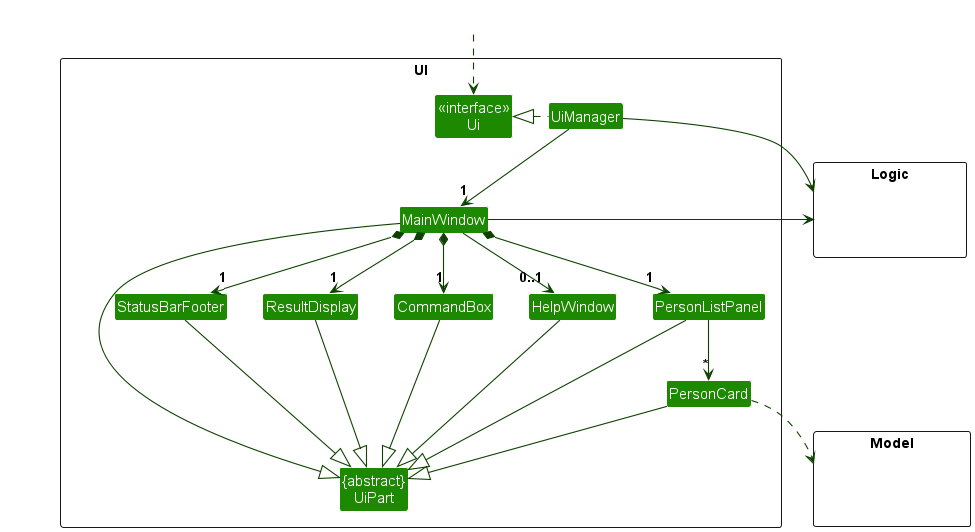
Above: docs/images/UiClassDiagram.png in nus-cs2103-AY2425S1/tp (PlantUML), before the change.
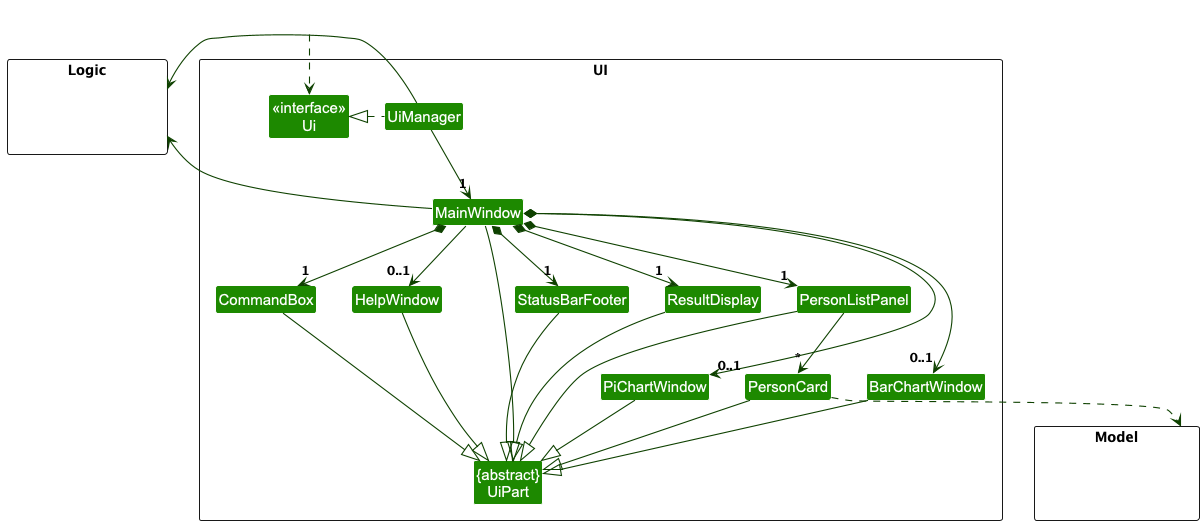
After the commit.

What changed in the source:
```diff
@@ -4,7 +4,7 @@
 skinparam arrowColor UI_COLOR_T4
 skinparam classBackgroundColor UI_COLOR
 
-package UI <<Rectangle>>{
+package UI <<Rectangle>> {
 Class "<<interface>>\nUi" as Ui
 Class "{abstract}\nUiPart" as UiPart
 Class UiManager
@@ -15,6 +15,8 @@
 Class PersonCard
 Class StatusBarFooter
 Class CommandBox
+Class PiChartWindow
+Class BarChartWindow
 }
 
 package Model <<Rectangle>> {
@@ -30,11 +32,13 @@
 
 UiManager .left.|> Ui
 UiManager -down-> "1" MainWindow
-MainWindow *-down->  "1" CommandBox
+MainWindow *-down-> "1" CommandBox
 MainWindow *-down-> "1" ResultDisplay
 MainWindow *-down-> "1" PersonListPanel
 MainWindow *-down-> "1" StatusBarFooter
 MainWindow --> "0..1" HelpWindow
+MainWindow *-down-> "0..1" PiChartWindow
+MainWindow *-down-> "0..1" BarChartWindow
 
 PersonListPanel -down-> "*" PersonCard
 
@@ -46,6 +50,8 @@
 PersonCard --|> UiPart
 StatusBarFooter --|> UiPart
 HelpWindow --|> UiPart
+PiChartWindow --|> UiPart
+BarChartWindow --|> UiPart
 
 PersonCard ..> Model
 UiManager -right-> Logic
```
